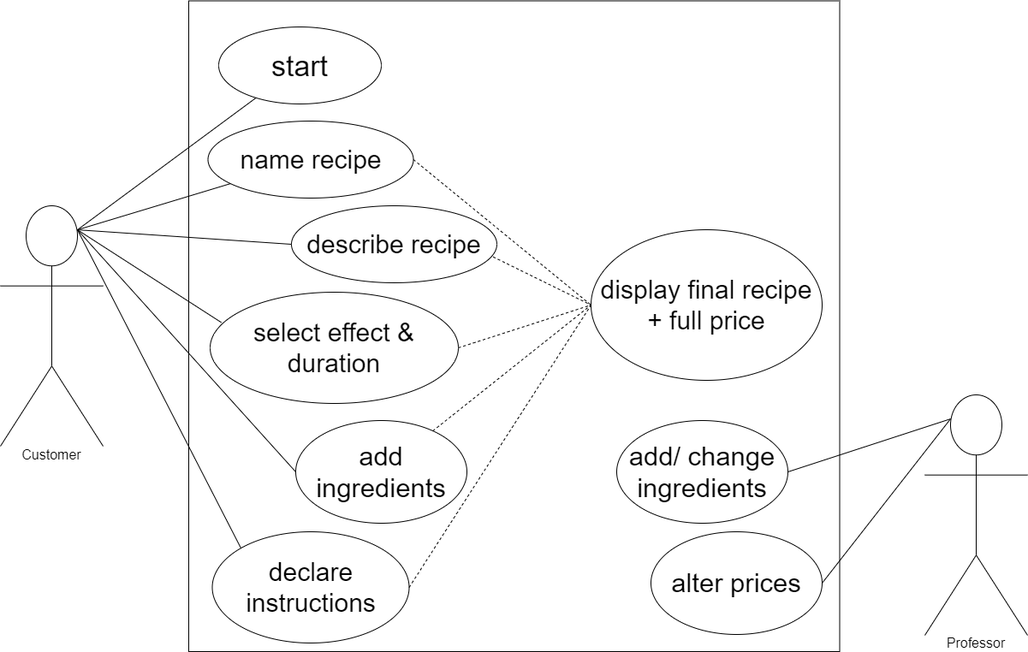
The draw.io diagram Task_L04/Concept/use_case_Diagram.png in breitjacqueline/EIA2, before a commit. Source tidied: cells renumbered, new cells last; positions are measured from the earlier drawing's top-left corner, leaving out a move shared by most shapes. Source of this version:
```xml
<mxGraphModel>
  <root>
    <mxCell id="0" />
    <mxCell id="1" parent="0" />
    <mxCell id="2" value="Actor" style="shape=umlActor;verticalLabelPosition=bottom;verticalAlign=top;html=1;noLabel=1;" parent="1" vertex="1">
      <mxGeometry y="239" width="120" height="281" as="geometry" />
    </mxCell>
    <mxCell id="3" style="whiteSpace=wrap;html=1;glass=0;noLabel=0;overflow=visible;backgroundOutline=0;fillColor=none;" parent="1" vertex="1">
      <mxGeometry x="220" y="-0.5" width="760.5" height="760.5" as="geometry" />
    </mxCell>
    <mxCell id="4" value="&lt;font style=&quot;font-size: 34px&quot;&gt;start&lt;/font&gt;" style="ellipse;whiteSpace=wrap;html=1;glass=0;" parent="1" vertex="1">
      <mxGeometry x="255" y="30" width="190" height="90" as="geometry" />
    </mxCell>
    <mxCell id="5" value="&lt;font style=&quot;font-size: 30px&quot;&gt;name recipe&lt;/font&gt;" style="ellipse;whiteSpace=wrap;html=1;glass=0;" parent="1" vertex="1">
      <mxGeometry x="242.5" y="140" width="240" height="90" as="geometry" />
    </mxCell>
    <mxCell id="6" value="&lt;font style=&quot;font-size: 30px&quot;&gt;select effect &amp;amp; duration&lt;/font&gt;" style="ellipse;whiteSpace=wrap;html=1;glass=0;" parent="1" vertex="1">
      <mxGeometry x="245" y="340" width="290" height="130" as="geometry" />
    </mxCell>
    <mxCell id="7" value="&lt;font style=&quot;font-size: 31px&quot;&gt;add ingredients&lt;/font&gt;" style="ellipse;whiteSpace=wrap;html=1;glass=0;" parent="1" vertex="1">
      <mxGeometry x="345" y="490" width="200" height="120" as="geometry" />
    </mxCell>
    <mxCell id="8" value="&lt;font style=&quot;font-size: 30px&quot;&gt;declare instructions&lt;/font&gt;" style="ellipse;whiteSpace=wrap;html=1;glass=0;" parent="1" vertex="1">
      <mxGeometry x="247.5" y="620" width="230" height="130" as="geometry" />
    </mxCell>
    <mxCell id="9" style="endArrow=none;html=1;exitX=0.75;exitY=0.1;exitDx=0;exitDy=0;exitPerimeter=0;" parent="1" edge="1" source="2" target="4">
      <mxGeometry relative="1" as="geometry" />
    </mxCell>
    <mxCell id="10" style="endArrow=none;html=1;exitX=0.75;exitY=0.1;exitDx=0;exitDy=0;exitPerimeter=0;" parent="1" edge="1" source="2" target="5">
      <mxGeometry relative="1" as="geometry" />
    </mxCell>
    <mxCell id="11" style="endArrow=none;html=1;exitX=0.75;exitY=0.1;exitDx=0;exitDy=0;exitPerimeter=0;entryX=0.045;entryY=0.272;entryDx=0;entryDy=0;entryPerimeter=0;" parent="1" edge="1" source="2" target="6">
      <mxGeometry relative="1" as="geometry" />
    </mxCell>
    <mxCell id="12" style="endArrow=none;html=1;exitX=0.75;exitY=0.1;exitDx=0;exitDy=0;exitPerimeter=0;entryX=0;entryY=0.5;entryDx=0;entryDy=0;" parent="1" edge="1" source="2" target="7">
      <mxGeometry relative="1" as="geometry" />
    </mxCell>
    <mxCell id="13" style="endArrow=none;html=1;exitX=0.75;exitY=0.1;exitDx=0;exitDy=0;exitPerimeter=0;entryX=0;entryY=0;entryDx=0;entryDy=0;" parent="1" edge="1" source="2" target="8">
      <mxGeometry relative="1" as="geometry" />
    </mxCell>
    <mxCell id="14" value="&lt;font style=&quot;font-size: 30px&quot;&gt;display final recipe + full price&lt;/font&gt;" style="ellipse;whiteSpace=wrap;html=1;glass=0;" parent="1" vertex="1">
      <mxGeometry x="690" y="267" width="270" height="176" as="geometry" />
    </mxCell>
    <mxCell id="15" style="endArrow=none;dashed=1;html=1;entryX=0;entryY=0.5;entryDx=0;entryDy=0;exitX=1;exitY=0.5;exitDx=0;exitDy=0;" parent="1" edge="1" source="5" target="14">
      <mxGeometry relative="1" as="geometry" />
    </mxCell>
    <mxCell id="16" style="endArrow=none;dashed=1;html=1;entryX=0;entryY=0.5;entryDx=0;entryDy=0;exitX=1;exitY=0.5;exitDx=0;exitDy=0;" parent="1" edge="1" source="6" target="14">
      <mxGeometry relative="1" as="geometry" />
    </mxCell>
    <mxCell id="17" style="endArrow=none;dashed=1;html=1;entryX=0;entryY=0.5;entryDx=0;entryDy=0;" parent="1" edge="1" source="7" target="14">
      <mxGeometry relative="1" as="geometry" />
    </mxCell>
    <mxCell id="18" style="endArrow=none;dashed=1;html=1;entryX=0;entryY=0.5;entryDx=0;entryDy=0;exitX=1;exitY=0.5;exitDx=0;exitDy=0;" parent="1" edge="1" source="8" target="14">
      <mxGeometry relative="1" as="geometry" />
    </mxCell>
    <mxCell id="19" value="&lt;font style=&quot;font-size: 30px&quot;&gt;describe recipe&lt;/font&gt;" style="ellipse;whiteSpace=wrap;html=1;glass=0;" parent="1" vertex="1">
      <mxGeometry x="340" y="239" width="240" height="90" as="geometry" />
    </mxCell>
    <mxCell id="20" style="endArrow=none;html=1;exitX=0.75;exitY=0.1;exitDx=0;exitDy=0;exitPerimeter=0;entryX=0;entryY=0.5;entryDx=0;entryDy=0;" parent="1" edge="1" source="2" target="19">
      <mxGeometry relative="1" as="geometry" />
    </mxCell>
    <mxCell id="21" style="endArrow=none;dashed=1;html=1;entryX=0;entryY=0.5;entryDx=0;entryDy=0;exitX=0.982;exitY=0.664;exitDx=0;exitDy=0;exitPerimeter=0;" parent="1" edge="1" source="19" target="14">
      <mxGeometry relative="1" as="geometry" />
    </mxCell>
    <mxCell id="22" value="&lt;font style=&quot;font-size: 16px&quot;&gt;Customer&lt;/font&gt;" style="text;html=1;strokeColor=none;fillColor=none;align=center;verticalAlign=middle;whiteSpace=wrap;rounded=0;" parent="1" vertex="1">
      <mxGeometry x="5" y="520" width="110" height="20" as="geometry" />
    </mxCell>
    <mxCell id="23" value="Actor" style="shape=umlActor;verticalLabelPosition=bottom;verticalAlign=top;html=1;noLabel=1;" parent="1" vertex="1">
      <mxGeometry x="1080" y="460" width="120" height="281" as="geometry" />
    </mxCell>
    <mxCell id="24" value="&lt;font style=&quot;font-size: 16px&quot;&gt;Professor&lt;/font&gt;" style="text;html=1;strokeColor=none;fillColor=none;align=center;verticalAlign=middle;whiteSpace=wrap;rounded=0;" parent="1" vertex="1">
      <mxGeometry x="1120" y="740" width="40" height="20" as="geometry" />
    </mxCell>
    <mxCell id="25" value="&lt;font style=&quot;font-size: 31px&quot;&gt;add/ change ingredients&lt;/font&gt;" style="ellipse;whiteSpace=wrap;html=1;glass=0;" parent="1" vertex="1">
      <mxGeometry x="720" y="490" width="200" height="120" as="geometry" />
    </mxCell>
    <mxCell id="26" style="endArrow=none;html=1;entryX=0.25;entryY=0.1;entryDx=0;entryDy=0;exitX=1;exitY=0.5;exitDx=0;exitDy=0;entryPerimeter=0;" parent="1" edge="1" source="25" target="23">
      <mxGeometry relative="1" as="geometry" />
    </mxCell>
    <mxCell id="27" value="&lt;font style=&quot;font-size: 31px&quot;&gt;alter prices&lt;/font&gt;" style="ellipse;whiteSpace=wrap;html=1;glass=0;" parent="1" vertex="1">
      <mxGeometry x="760" y="620" width="200" height="120" as="geometry" />
    </mxCell>
    <mxCell id="28" style="endArrow=none;html=1;entryX=0.25;entryY=0.1;entryDx=0;entryDy=0;exitX=1;exitY=0.5;exitDx=0;exitDy=0;entryPerimeter=0;" parent="1" edge="1" source="27" target="23">
      <mxGeometry relative="1" as="geometry" />
    </mxCell>
  </root>
</mxGraphModel>
```
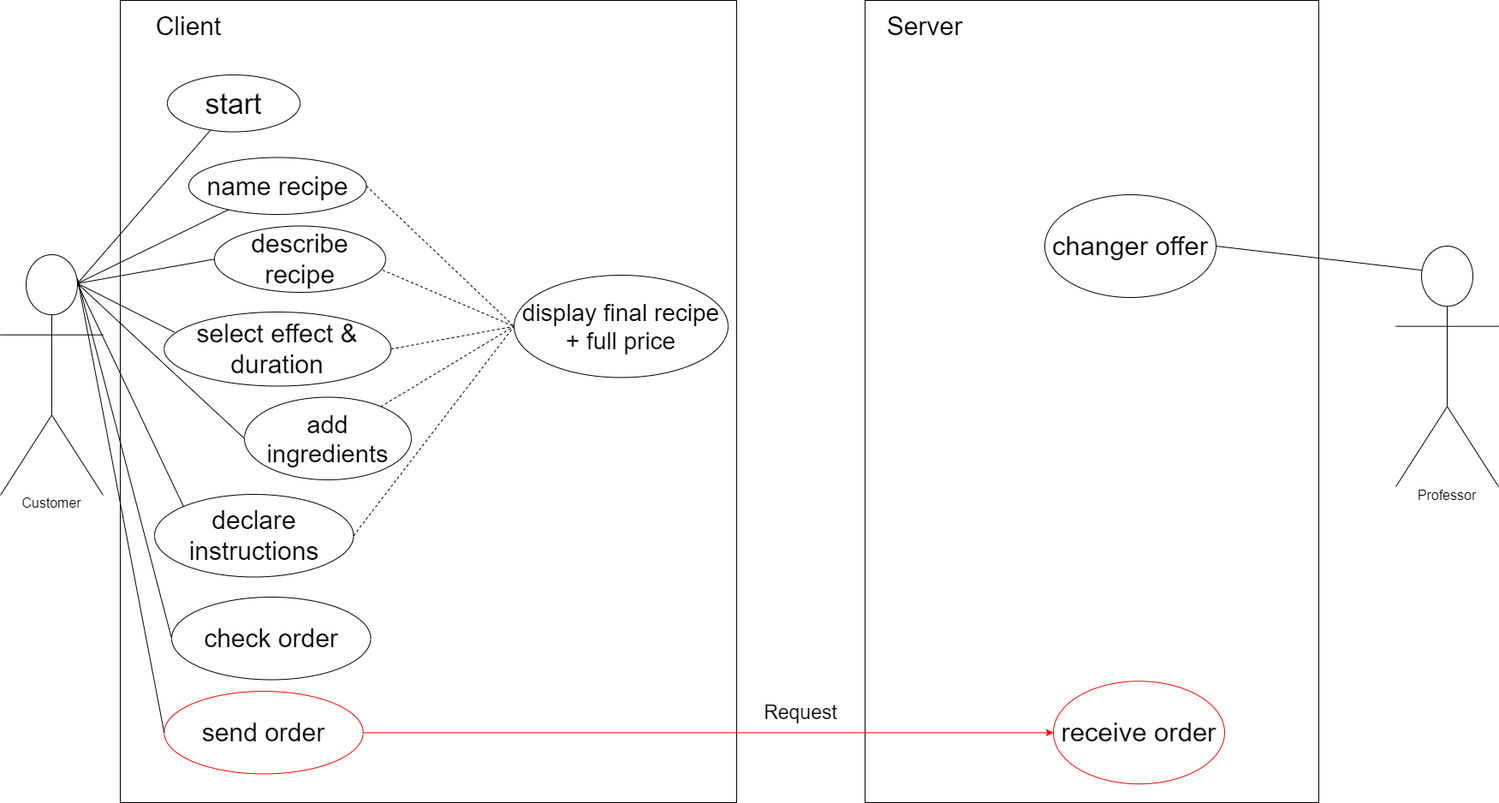
Later version of the same file.

Change to the diagram source:
```diff
@@ -2,44 +2,57 @@
   <root>
     <mxCell id="0" />
     <mxCell id="1" parent="0" />
+    <mxCell id="29" style="rounded=0;whiteSpace=wrap;html=1;" parent="1" vertex="1">
+      <mxGeometry x="890" y="-7" width="530" height="937" as="geometry" />
+    </mxCell>
+    <mxCell id="30" style="rounded=0;whiteSpace=wrap;html=1;" parent="1" vertex="1">
+      <mxGeometry x="20" y="-7" width="720" height="937" as="geometry" />
+    </mxCell>
     <mxCell id="2" value="Actor" style="shape=umlActor;verticalLabelPosition=bottom;verticalAlign=top;html=1;noLabel=1;" parent="1" vertex="1">
-      <mxGeometry y="239" width="120" height="281" as="geometry" />
+      <mxGeometry x="-120" y="290" width="120" height="281" as="geometry" />
     </mxCell>
-    <mxCell id="3" style="whiteSpace=wrap;html=1;glass=0;noLabel=0;overflow=visible;backgroundOutline=0;fillColor=none;" parent="1" vertex="1">
-      <mxGeometry x="220" y="-0.5" width="760.5" height="760.5" as="geometry" />
-    </mxCell>
     <mxCell id="4" value="&lt;font style=&quot;font-size: 34px&quot;&gt;start&lt;/font&gt;" style="ellipse;whiteSpace=wrap;html=1;glass=0;" parent="1" vertex="1">
-      <mxGeometry x="255" y="30" width="190" height="90" as="geometry" />
+      <mxGeometry x="75" y="80" width="155" height="66.5" as="geometry" />
     </mxCell>
     <mxCell id="5" value="&lt;font style=&quot;font-size: 30px&quot;&gt;name recipe&lt;/font&gt;" style="ellipse;whiteSpace=wrap;html=1;glass=0;" parent="1" vertex="1">
-      <mxGeometry x="242.5" y="140" width="240" height="90" as="geometry" />
+      <mxGeometry x="100" y="176.5" width="207.5" height="66.5" as="geometry" />
     </mxCell>
     <mxCell id="6" value="&lt;font style=&quot;font-size: 30px&quot;&gt;select effect &amp;amp; duration&lt;/font&gt;" style="ellipse;whiteSpace=wrap;html=1;glass=0;" parent="1" vertex="1">
-      <mxGeometry x="245" y="340" width="290" height="130" as="geometry" />
+      <mxGeometry x="71.2" y="357" width="265" height="86.5" as="geometry" />
     </mxCell>
-    <mxCell id="7" value="&lt;font style=&quot;font-size: 31px&quot;&gt;add ingredients&lt;/font&gt;" style="ellipse;whiteSpace=wrap;html=1;glass=0;" parent="1" vertex="1">
-      <mxGeometry x="345" y="490" width="200" height="120" as="geometry" />
+    <mxCell id="7" value="&lt;font style=&quot;font-size: 29px&quot;&gt;add ingredients&lt;/font&gt;" style="ellipse;whiteSpace=wrap;html=1;glass=0;" parent="1" vertex="1">
+      <mxGeometry x="165" y="456.5" width="195" height="96.5" as="geometry" />
     </mxCell>
     <mxCell id="8" value="&lt;font style=&quot;font-size: 30px&quot;&gt;declare instructions&lt;/font&gt;" style="ellipse;whiteSpace=wrap;html=1;glass=0;" parent="1" vertex="1">
-      <mxGeometry x="247.5" y="620" width="230" height="130" as="geometry" />
+      <mxGeometry x="60" y="570" width="232.5" height="96.5" as="geometry" />
     </mxCell>
-    <mxCell id="9" style="endArrow=none;html=1;exitX=0.75;exitY=0.1;exitDx=0;exitDy=0;exitPerimeter=0;" parent="1" edge="1" source="2" target="4">
-      <mxGeometry relative="1" as="geometry" />
+    <mxCell id="9" style="endArrow=none;html=1;exitX=0.75;exitY=0.1;exitDx=0;exitDy=0;exitPerimeter=0;" parent="1" edge="1" target="4">
+      <mxGeometry relative="1" as="geometry">
+        <mxPoint x="-30" y="323.6" as="sourcePoint" />
+      </mxGeometry>
     </mxCell>
-    <mxCell id="10" style="endArrow=none;html=1;exitX=0.75;exitY=0.1;exitDx=0;exitDy=0;exitPerimeter=0;" parent="1" edge="1" source="2" target="5">
-      <mxGeometry relative="1" as="geometry" />
+    <mxCell id="10" style="endArrow=none;html=1;exitX=0.75;exitY=0.1;exitDx=0;exitDy=0;exitPerimeter=0;" parent="1" edge="1" target="5">
+      <mxGeometry relative="1" as="geometry">
+        <mxPoint x="-30" y="323.6" as="sourcePoint" />
+      </mxGeometry>
     </mxCell>
-    <mxCell id="11" style="endArrow=none;html=1;exitX=0.75;exitY=0.1;exitDx=0;exitDy=0;exitPerimeter=0;entryX=0.045;entryY=0.272;entryDx=0;entryDy=0;entryPerimeter=0;" parent="1" edge="1" source="2" target="6">
-      <mxGeometry relative="1" as="geometry" />
+    <mxCell id="11" style="endArrow=none;html=1;exitX=0.75;exitY=0.1;exitDx=0;exitDy=0;exitPerimeter=0;entryX=0.045;entryY=0.272;entryDx=0;entryDy=0;entryPerimeter=0;" parent="1" edge="1" target="6">
+      <mxGeometry relative="1" as="geometry">
+        <mxPoint x="-30" y="323.6" as="sourcePoint" />
+      </mxGeometry>
     </mxCell>
-    <mxCell id="12" style="endArrow=none;html=1;exitX=0.75;exitY=0.1;exitDx=0;exitDy=0;exitPerimeter=0;entryX=0;entryY=0.5;entryDx=0;entryDy=0;" parent="1" edge="1" source="2" target="7">
-      <mxGeometry relative="1" as="geometry" />
+    <mxCell id="12" style="endArrow=none;html=1;exitX=0.75;exitY=0.1;exitDx=0;exitDy=0;exitPerimeter=0;entryX=0;entryY=0.5;entryDx=0;entryDy=0;" parent="1" edge="1" target="7">
+      <mxGeometry relative="1" as="geometry">
+        <mxPoint x="-30" y="323.6" as="sourcePoint" />
+      </mxGeometry>
     </mxCell>
-    <mxCell id="13" style="endArrow=none;html=1;exitX=0.75;exitY=0.1;exitDx=0;exitDy=0;exitPerimeter=0;entryX=0;entryY=0;entryDx=0;entryDy=0;" parent="1" edge="1" source="2" target="8">
-      <mxGeometry relative="1" as="geometry" />
+    <mxCell id="13" style="endArrow=none;html=1;exitX=0.75;exitY=0.1;exitDx=0;exitDy=0;exitPerimeter=0;entryX=0;entryY=0;entryDx=0;entryDy=0;" parent="1" edge="1" target="8">
+      <mxGeometry relative="1" as="geometry">
+        <mxPoint x="-30" y="323.6" as="sourcePoint" />
+      </mxGeometry>
     </mxCell>
-    <mxCell id="14" value="&lt;font style=&quot;font-size: 30px&quot;&gt;display final recipe + full price&lt;/font&gt;" style="ellipse;whiteSpace=wrap;html=1;glass=0;" parent="1" vertex="1">
-      <mxGeometry x="690" y="267" width="270" height="176" as="geometry" />
+    <mxCell id="14" value="&lt;font style=&quot;font-size: 28px&quot;&gt;display final recipe + full price&lt;/font&gt;" style="ellipse;whiteSpace=wrap;html=1;glass=0;" parent="1" vertex="1">
+      <mxGeometry x="480" y="314" width="250" height="119.5" as="geometry" />
     </mxCell>
     <mxCell id="15" style="endArrow=none;dashed=1;html=1;entryX=0;entryY=0.5;entryDx=0;entryDy=0;exitX=1;exitY=0.5;exitDx=0;exitDy=0;" parent="1" edge="1" source="5" target="14">
       <mxGeometry relative="1" as="geometry" />
@@ -54,34 +67,61 @@
       <mxGeometry relative="1" as="geometry" />
     </mxCell>
     <mxCell id="19" value="&lt;font style=&quot;font-size: 30px&quot;&gt;describe recipe&lt;/font&gt;" style="ellipse;whiteSpace=wrap;html=1;glass=0;" parent="1" vertex="1">
-      <mxGeometry x="340" y="239" width="240" height="90" as="geometry" />
+      <mxGeometry x="130" y="256.5" width="200" height="77.5" as="geometry" />
     </mxCell>
-    <mxCell id="20" style="endArrow=none;html=1;exitX=0.75;exitY=0.1;exitDx=0;exitDy=0;exitPerimeter=0;entryX=0;entryY=0.5;entryDx=0;entryDy=0;" parent="1" edge="1" source="2" target="19">
-      <mxGeometry relative="1" as="geometry" />
+    <mxCell id="20" style="endArrow=none;html=1;exitX=0.75;exitY=0.1;exitDx=0;exitDy=0;exitPerimeter=0;entryX=0;entryY=0.5;entryDx=0;entryDy=0;" parent="1" edge="1" target="19">
+      <mxGeometry relative="1" as="geometry">
+        <mxPoint x="-30" y="323.6" as="sourcePoint" />
+      </mxGeometry>
     </mxCell>
     <mxCell id="21" style="endArrow=none;dashed=1;html=1;entryX=0;entryY=0.5;entryDx=0;entryDy=0;exitX=0.982;exitY=0.664;exitDx=0;exitDy=0;exitPerimeter=0;" parent="1" edge="1" source="19" target="14">
       <mxGeometry relative="1" as="geometry" />
     </mxCell>
     <mxCell id="22" value="&lt;font style=&quot;font-size: 16px&quot;&gt;Customer&lt;/font&gt;" style="text;html=1;strokeColor=none;fillColor=none;align=center;verticalAlign=middle;whiteSpace=wrap;rounded=0;" parent="1" vertex="1">
-      <mxGeometry x="5" y="520" width="110" height="20" as="geometry" />
+      <mxGeometry x="-115" y="570" width="110" height="20" as="geometry" />
     </mxCell>
     <mxCell id="23" value="Actor" style="shape=umlActor;verticalLabelPosition=bottom;verticalAlign=top;html=1;noLabel=1;" parent="1" vertex="1">
-      <mxGeometry x="1080" y="460" width="120" height="281" as="geometry" />
+      <mxGeometry x="1510" y="280" width="120" height="281" as="geometry" />
     </mxCell>
     <mxCell id="24" value="&lt;font style=&quot;font-size: 16px&quot;&gt;Professor&lt;/font&gt;" style="text;html=1;strokeColor=none;fillColor=none;align=center;verticalAlign=middle;whiteSpace=wrap;rounded=0;" parent="1" vertex="1">
-      <mxGeometry x="1120" y="740" width="40" height="20" as="geometry" />
+      <mxGeometry x="1550" y="561" width="40" height="20" as="geometry" />
     </mxCell>
-    <mxCell id="25" value="&lt;font style=&quot;font-size: 31px&quot;&gt;add/ change ingredients&lt;/font&gt;" style="ellipse;whiteSpace=wrap;html=1;glass=0;" parent="1" vertex="1">
-      <mxGeometry x="720" y="490" width="200" height="120" as="geometry" />
+    <mxCell id="25" value="&lt;font style=&quot;font-size: 31px&quot;&gt;changer offer&lt;/font&gt;" style="ellipse;whiteSpace=wrap;html=1;glass=0;" parent="1" vertex="1">
+      <mxGeometry x="1100" y="220" width="200" height="120" as="geometry" />
     </mxCell>
     <mxCell id="26" style="endArrow=none;html=1;entryX=0.25;entryY=0.1;entryDx=0;entryDy=0;exitX=1;exitY=0.5;exitDx=0;exitDy=0;entryPerimeter=0;" parent="1" edge="1" source="25" target="23">
       <mxGeometry relative="1" as="geometry" />
     </mxCell>
-    <mxCell id="27" value="&lt;font style=&quot;font-size: 31px&quot;&gt;alter prices&lt;/font&gt;" style="ellipse;whiteSpace=wrap;html=1;glass=0;" parent="1" vertex="1">
-      <mxGeometry x="760" y="620" width="200" height="120" as="geometry" />
+    <mxCell id="27" value="&lt;font style=&quot;font-size: 31px&quot;&gt;receive order&lt;/font&gt;" style="ellipse;whiteSpace=wrap;html=1;glass=0;strokeColor=#FF0000;" parent="1" vertex="1">
+      <mxGeometry x="1110" y="788.2" width="200" height="120" as="geometry" />
     </mxCell>
-    <mxCell id="28" style="endArrow=none;html=1;entryX=0.25;entryY=0.1;entryDx=0;entryDy=0;exitX=1;exitY=0.5;exitDx=0;exitDy=0;entryPerimeter=0;" parent="1" edge="1" source="27" target="23">
-      <mxGeometry relative="1" as="geometry" />
-    </mxCell>
+    <mxCell id="31" value="&lt;font style=&quot;font-size: 30px&quot;&gt;Client&lt;/font&gt;" style="text;html=1;strokeColor=none;fillColor=none;align=center;verticalAlign=middle;whiteSpace=wrap;rounded=0;" parent="1" vertex="1">
+      <mxGeometry x="30" y="-7" width="140" height="60" as="geometry" />
+    </mxCell>
+    <mxCell id="32" value="&lt;font style=&quot;font-size: 30px&quot;&gt;Server&lt;/font&gt;" style="text;html=1;strokeColor=none;fillColor=none;align=center;verticalAlign=middle;whiteSpace=wrap;rounded=0;" parent="1" vertex="1">
+      <mxGeometry x="890" y="-7" width="140" height="60" as="geometry" />
+    </mxCell>
+    <mxCell id="33" value="&lt;font style=&quot;font-size: 30px&quot;&gt;check order&lt;/font&gt;" style="ellipse;whiteSpace=wrap;html=1;glass=0;" parent="1" vertex="1">
+      <mxGeometry x="80" y="690" width="232.5" height="96.5" as="geometry" />
+    </mxCell>
+    <mxCell id="34" style="edgeStyle=orthogonalEdgeStyle;rounded=0;jettySize=auto;html=1;entryX=0;entryY=0.5;entryDx=0;entryDy=0;strokeColor=#FF0000;" parent="1" edge="1" source="35" target="27">
+      <mxGeometry relative="1" as="geometry">
+        <Array as="points">
+          <mxPoint x="1100" y="848" />
+        </Array>
+      </mxGeometry>
+    </mxCell>
+    <mxCell id="35" value="&lt;span style=&quot;font-size: 30px&quot;&gt;send order&lt;/span&gt;" style="ellipse;whiteSpace=wrap;html=1;glass=0;strokeColor=#FF0000;" parent="1" vertex="1">
+      <mxGeometry x="71.2" y="800" width="232.5" height="96.5" as="geometry" />
+    </mxCell>
+    <mxCell id="36" style="endArrow=none;html=1;exitX=0.75;exitY=0.1;exitDx=0;exitDy=0;exitPerimeter=0;entryX=0;entryY=0.5;entryDx=0;entryDy=0;" parent="1" edge="1" source="2" target="33">
+      <mxGeometry relative="1" as="geometry" />
+    </mxCell>
+    <mxCell id="37" style="endArrow=none;html=1;exitX=0;exitY=0.5;exitDx=0;exitDy=0;entryX=0.75;entryY=0.1;entryDx=0;entryDy=0;entryPerimeter=0;" parent="1" edge="1" source="35" target="2">
+      <mxGeometry relative="1" as="geometry" />
+    </mxCell>
+    <mxCell id="38" value="&lt;font style=&quot;font-size: 23px&quot;&gt;Request&lt;/font&gt;" style="text;html=1;strokeColor=none;fillColor=none;align=center;verticalAlign=middle;whiteSpace=wrap;rounded=0;" parent="1" vertex="1">
+      <mxGeometry x="750" y="800" width="130" height="50" as="geometry" />
+    </mxCell>
   </root>
 </mxGraphModel>
```
